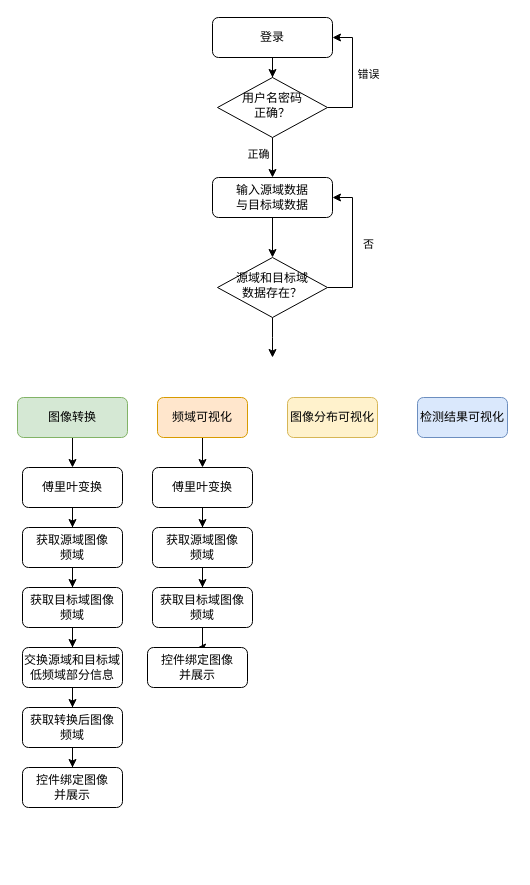
This is SMT软著流程图.drawio from Pandaxia8/Test, a draw.io file, before an edit. Source tidied: cells renumbered, new cells numbered last; positions are measured from the earlier drawing's top-left corner, leaving out a move shared by most shapes. Both pictures are drawn from the tidied source at 100%, with x=0, y=0 at pixel (17, 17).
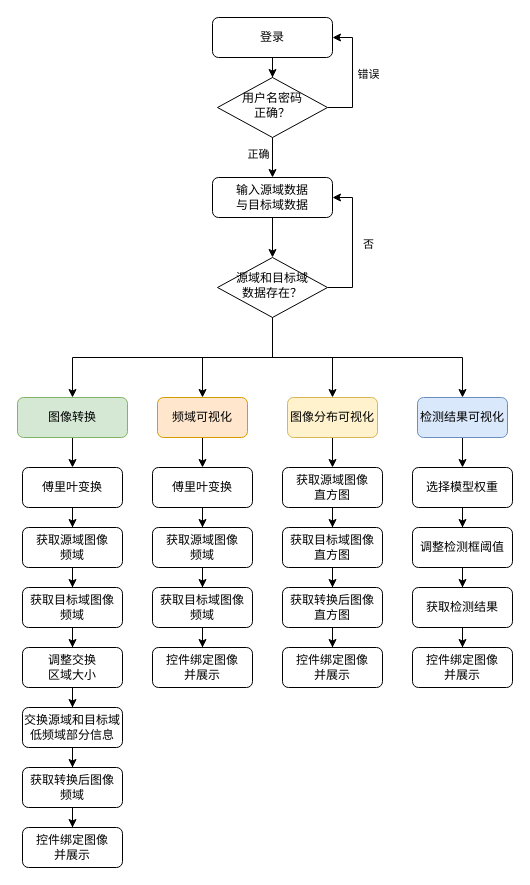
Above is the later version.

Commit message:
更新SMT软著流程图.drawio

The change refers to these unchanged cells:
```xml
<mxCell id="5" value="图像转换" style="rounded=1;whiteSpace=wrap;html=1;fontSize=12;glass=0;strokeWidth=1;shadow=0;fillColor=#d5e8d4;strokeColor=#82b366;" parent="1" vertex="1">
  <mxGeometry y="380" width="110" height="40" as="geometry" />
</mxCell>
<mxCell id="7" value="频域可视化" style="rounded=1;whiteSpace=wrap;html=1;fontSize=12;glass=0;strokeWidth=1;shadow=0;fillColor=#ffe6cc;strokeColor=#d79b00;" parent="1" vertex="1">
  <mxGeometry x="140" y="380" width="90" height="40" as="geometry" />
</mxCell>
<mxCell id="8" value="图像分布可视化" style="rounded=1;whiteSpace=wrap;html=1;fontSize=12;glass=0;strokeWidth=1;shadow=0;fillColor=#fff2cc;strokeColor=#d6b656;" parent="1" vertex="1">
  <mxGeometry x="270" y="380" width="90" height="40" as="geometry" />
</mxCell>
<mxCell id="9" value="检测结果可视化" style="rounded=1;whiteSpace=wrap;html=1;fontSize=12;glass=0;strokeWidth=1;shadow=0;fillColor=#dae8fc;strokeColor=#6c8ebf;" parent="1" vertex="1">
  <mxGeometry x="400" y="380" width="90" height="40" as="geometry" />
</mxCell>
<mxCell id="20" value="源域和目标域&lt;br&gt;数据存在？" style="rhombus;whiteSpace=wrap;html=1;shadow=0;fontFamily=Helvetica;fontSize=12;align=center;strokeWidth=1;spacing=6;spacingTop=-4;" parent="1" vertex="1">
  <mxGeometry x="200" y="240" width="110" height="60" as="geometry" />
</mxCell>
<mxCell id="31" value="获取目标域图像&lt;br&gt;频域" style="rounded=1;whiteSpace=wrap;html=1;" parent="1" vertex="1">
  <mxGeometry x="5" y="570" width="100" height="40" as="geometry" />
</mxCell>
```

Diff of the diagram source:
```diff
@@
+    <mxCell id="39" style="edgeStyle=orthogonalEdgeStyle;rounded=0;jettySize=auto;html=1;entryX=0.5;entryY=0;entryDx=0;entryDy=0;" parent="1" edge="1" source="8" target="46">
+      <mxGeometry relative="1" as="geometry" />
+    </mxCell>
@@
+    <mxCell id="40" style="edgeStyle=orthogonalEdgeStyle;rounded=0;jettySize=auto;html=1;entryX=0.5;entryY=0;entryDx=0;entryDy=0;" parent="1" edge="1" source="9" target="53">
+      <mxGeometry relative="1" as="geometry" />
+    </mxCell>
@@
-    <mxCell id="19" style="edgeStyle=orthogonalEdgeStyle;rounded=0;jettySize=auto;html=1;" parent="1" edge="1" source="20">
+    <mxCell id="19" style="edgeStyle=orthogonalEdgeStyle;rounded=0;jettySize=auto;html=1;entryX=0.5;entryY=0;entryDx=0;entryDy=0;" parent="1" edge="1" source="20" target="5">
       <mxGeometry relative="1" as="geometry">
-        <mxPoint x="255" y="340" as="targetPoint" />
+        <Array as="points">
+          <mxPoint x="255" y="340" />
+          <mxPoint x="55" y="340" />
+        </Array>
       </mxGeometry>
     </mxCell>
+    <mxCell id="41" style="edgeStyle=orthogonalEdgeStyle;rounded=0;jettySize=auto;html=1;entryX=0.5;entryY=0;entryDx=0;entryDy=0;" parent="1" edge="1" source="20" target="7">
+      <mxGeometry relative="1" as="geometry" />
+    </mxCell>
+    <mxCell id="42" style="edgeStyle=orthogonalEdgeStyle;rounded=0;jettySize=auto;html=1;entryX=0.5;entryY=0;entryDx=0;entryDy=0;" parent="1" edge="1" source="20" target="8">
+      <mxGeometry relative="1" as="geometry" />
+    </mxCell>
+    <mxCell id="43" style="edgeStyle=orthogonalEdgeStyle;rounded=0;jettySize=auto;html=1;entryX=0.5;entryY=0;entryDx=0;entryDy=0;" parent="1" edge="1" source="20" target="9">
+      <mxGeometry relative="1" as="geometry">
+        <Array as="points">
+          <mxPoint x="255" y="340" />
+          <mxPoint x="445" y="340" />
+        </Array>
+      </mxGeometry>
+    </mxCell>
@@
     <mxCell id="26" value="获取转换后图像&lt;br&gt;频域" style="rounded=1;whiteSpace=wrap;html=1;" parent="1" vertex="1">
-      <mxGeometry x="5" y="690" width="100" height="40" as="geometry" />
+      <mxGeometry x="5" y="750" width="100" height="40" as="geometry" />
     </mxCell>
     <mxCell id="27" value="控件绑定图像&lt;br&gt;并展示" style="rounded=1;whiteSpace=wrap;html=1;" parent="1" vertex="1">
-      <mxGeometry x="5" y="750" width="100" height="40" as="geometry" />
+      <mxGeometry x="5" y="810" width="100" height="40" as="geometry" />
     </mxCell>
@@
-    <mxCell id="30" style="edgeStyle=orthogonalEdgeStyle;rounded=0;jettySize=auto;html=1;" parent="1" edge="1" source="31" target="34">
-      <mxGeometry relative="1" as="geometry" />
-    </mxCell>
+    <mxCell id="44" style="edgeStyle=orthogonalEdgeStyle;rounded=0;jettySize=auto;html=1;entryX=0.5;entryY=0;entryDx=0;entryDy=0;" parent="1" edge="1" source="31" target="55">
+      <mxGeometry relative="1" as="geometry" />
+    </mxCell>
@@
     <mxCell id="32" value="控件绑定图像&lt;br&gt;并展示" style="rounded=1;whiteSpace=wrap;html=1;" parent="1" vertex="1">
-      <mxGeometry x="130" y="630" width="100" height="40" as="geometry" />
+      <mxGeometry x="135" y="630" width="100" height="40" as="geometry" />
     </mxCell>
@@
     <mxCell id="34" value="交换源域和目标域低频域部分信息" style="rounded=1;whiteSpace=wrap;html=1;" parent="1" vertex="1">
-      <mxGeometry x="5" y="630" width="100" height="40" as="geometry" />
+      <mxGeometry x="5" y="690" width="100" height="40" as="geometry" />
     </mxCell>
@@
+    <mxCell id="45" style="edgeStyle=orthogonalEdgeStyle;rounded=0;jettySize=auto;html=1;entryX=0.5;entryY=0;entryDx=0;entryDy=0;" parent="1" edge="1" source="46" target="48">
+      <mxGeometry relative="1" as="geometry" />
+    </mxCell>
+    <mxCell id="46" value="获取源域图像&lt;br&gt;直方图" style="rounded=1;whiteSpace=wrap;html=1;" parent="1" vertex="1">
+      <mxGeometry x="265" y="450" width="100" height="40" as="geometry" />
+    </mxCell>
+    <mxCell id="47" style="edgeStyle=orthogonalEdgeStyle;rounded=0;jettySize=auto;html=1;entryX=0.5;entryY=0;entryDx=0;entryDy=0;" parent="1" edge="1" source="48" target="50">
+      <mxGeometry relative="1" as="geometry" />
+    </mxCell>
+    <mxCell id="48" value="获取目标域图像&lt;br&gt;直方图" style="rounded=1;whiteSpace=wrap;html=1;" parent="1" vertex="1">
+      <mxGeometry x="265" y="510" width="100" height="40" as="geometry" />
+    </mxCell>
+    <mxCell id="49" style="edgeStyle=orthogonalEdgeStyle;rounded=0;jettySize=auto;html=1;entryX=0.5;entryY=0;entryDx=0;entryDy=0;" parent="1" edge="1" source="50" target="51">
+      <mxGeometry relative="1" as="geometry" />
+    </mxCell>
+    <mxCell id="50" value="获取转换后图像&lt;br&gt;直方图" style="rounded=1;whiteSpace=wrap;html=1;" parent="1" vertex="1">
+      <mxGeometry x="265" y="570" width="100" height="40" as="geometry" />
+    </mxCell>
+    <mxCell id="51" value="控件绑定图像&lt;br&gt;并展示" style="rounded=1;whiteSpace=wrap;html=1;" parent="1" vertex="1">
+      <mxGeometry x="265" y="630" width="100" height="40" as="geometry" />
+    </mxCell>
+    <mxCell id="52" style="edgeStyle=orthogonalEdgeStyle;rounded=0;jettySize=auto;html=1;entryX=0.5;entryY=0;entryDx=0;entryDy=0;" parent="1" edge="1" source="53" target="57">
+      <mxGeometry relative="1" as="geometry" />
+    </mxCell>
+    <mxCell id="53" value="选择模型权重" style="rounded=1;whiteSpace=wrap;html=1;" parent="1" vertex="1">
+      <mxGeometry x="395" y="450" width="100" height="40" as="geometry" />
+    </mxCell>
+    <mxCell id="54" style="edgeStyle=orthogonalEdgeStyle;rounded=0;jettySize=auto;html=1;entryX=0.5;entryY=0;entryDx=0;entryDy=0;" parent="1" edge="1" source="55" target="34">
+      <mxGeometry relative="1" as="geometry" />
+    </mxCell>
+    <mxCell id="55" value="调整交换&lt;br&gt;区域大小" style="rounded=1;whiteSpace=wrap;html=1;" parent="1" vertex="1">
+      <mxGeometry x="5" y="630" width="100" height="40" as="geometry" />
+    </mxCell>
+    <mxCell id="56" style="edgeStyle=orthogonalEdgeStyle;rounded=0;jettySize=auto;html=1;entryX=0.5;entryY=0;entryDx=0;entryDy=0;" parent="1" edge="1" source="57" target="59">
+      <mxGeometry relative="1" as="geometry" />
+    </mxCell>
+    <mxCell id="57" value="调整检测框阈值" style="rounded=1;whiteSpace=wrap;html=1;" parent="1" vertex="1">
+      <mxGeometry x="395" y="510" width="100" height="40" as="geometry" />
+    </mxCell>
+    <mxCell id="58" style="edgeStyle=orthogonalEdgeStyle;rounded=0;jettySize=auto;html=1;entryX=0.5;entryY=0;entryDx=0;entryDy=0;" parent="1" edge="1" source="59" target="60">
+      <mxGeometry relative="1" as="geometry" />
+    </mxCell>
+    <mxCell id="59" value="获取检测结果" style="rounded=1;whiteSpace=wrap;html=1;" parent="1" vertex="1">
+      <mxGeometry x="395" y="570" width="100" height="40" as="geometry" />
+    </mxCell>
+    <mxCell id="60" value="控件绑定图像&lt;br&gt;并展示" style="rounded=1;whiteSpace=wrap;html=1;" parent="1" vertex="1">
+      <mxGeometry x="395" y="630" width="100" height="40" as="geometry" />
+    </mxCell>
```
